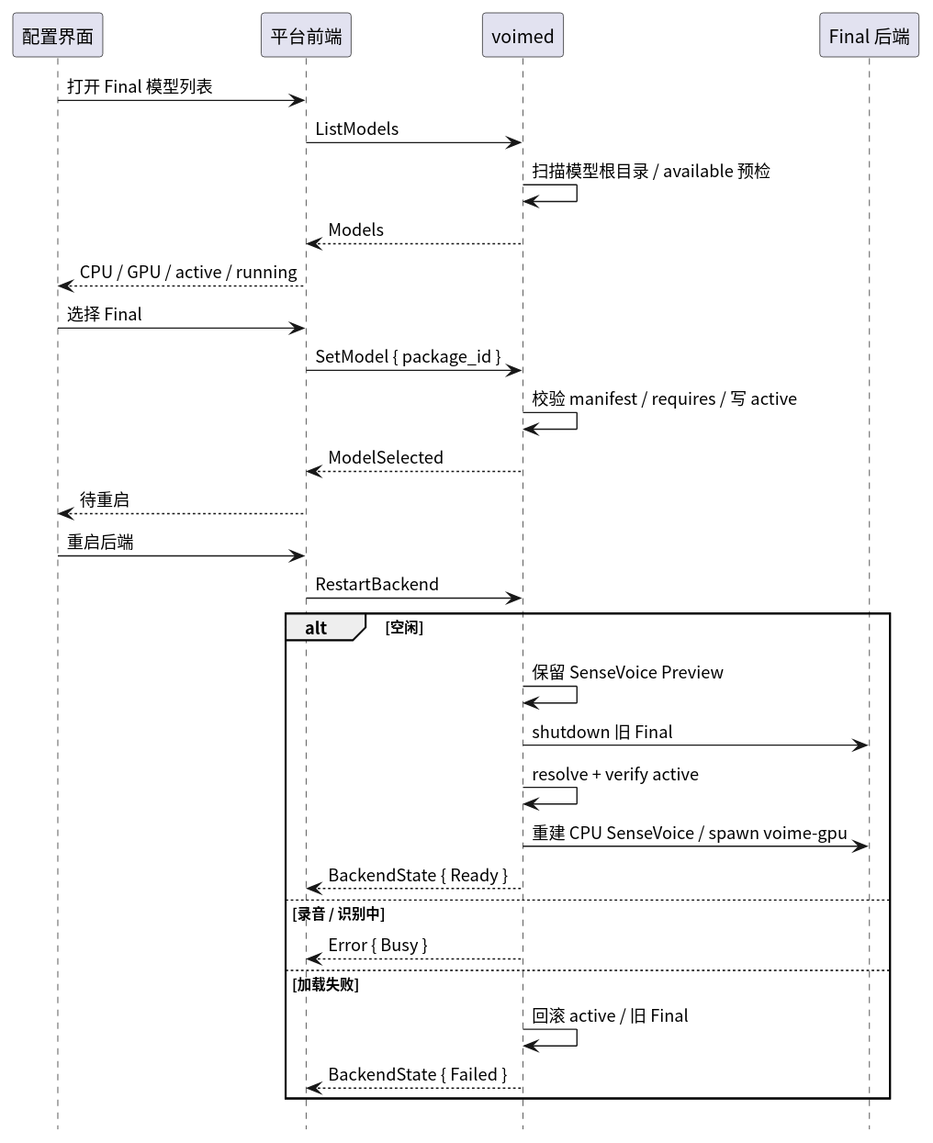
Before: crates/voime-ipc/diagram/model-switch.svg, a diagram exported from PlantUML (54m43lJ/voime). Source of this version:
```plantuml
@startuml
skinparam defaultFontName "Noto Sans CJK SC"
skinparam shadowing false
hide footbox

participant "配置界面" as UI
participant "平台前端" as Frontend
participant "voimed" as Daemon
participant "Final 后端" as Final

UI -> Frontend : 打开 Final 模型列表
Frontend -> Daemon : ListModels
Daemon -> Daemon : 扫描模型根目录 / available 预检
Daemon --> Frontend : Models
Frontend --> UI : CPU / GPU / active / running

UI -> Frontend : 选择 Final
Frontend -> Daemon : SetModel { package_id }
Daemon -> Daemon : 校验 manifest / requires / 写 active
Daemon --> Frontend : ModelSelected
Frontend --> UI : 待重启

UI -> Frontend : 重启后端
Frontend -> Daemon : RestartBackend
alt 空闲
  Daemon -> Daemon : 保留 SenseVoice Preview
  Daemon -> Final : shutdown 旧 Final
  Daemon -> Daemon : resolve + verify active
  Daemon -> Final : 重建 CPU SenseVoice / spawn voime-gpu
  Daemon --> Frontend : BackendState { Ready }
else 录音 / 识别中
  Daemon --> Frontend : Error { Busy }
else 加载失败
  Daemon -> Daemon : 回滚 active / 旧 Final
  Daemon --> Frontend : BackendState { Failed }
end
@enduml
```
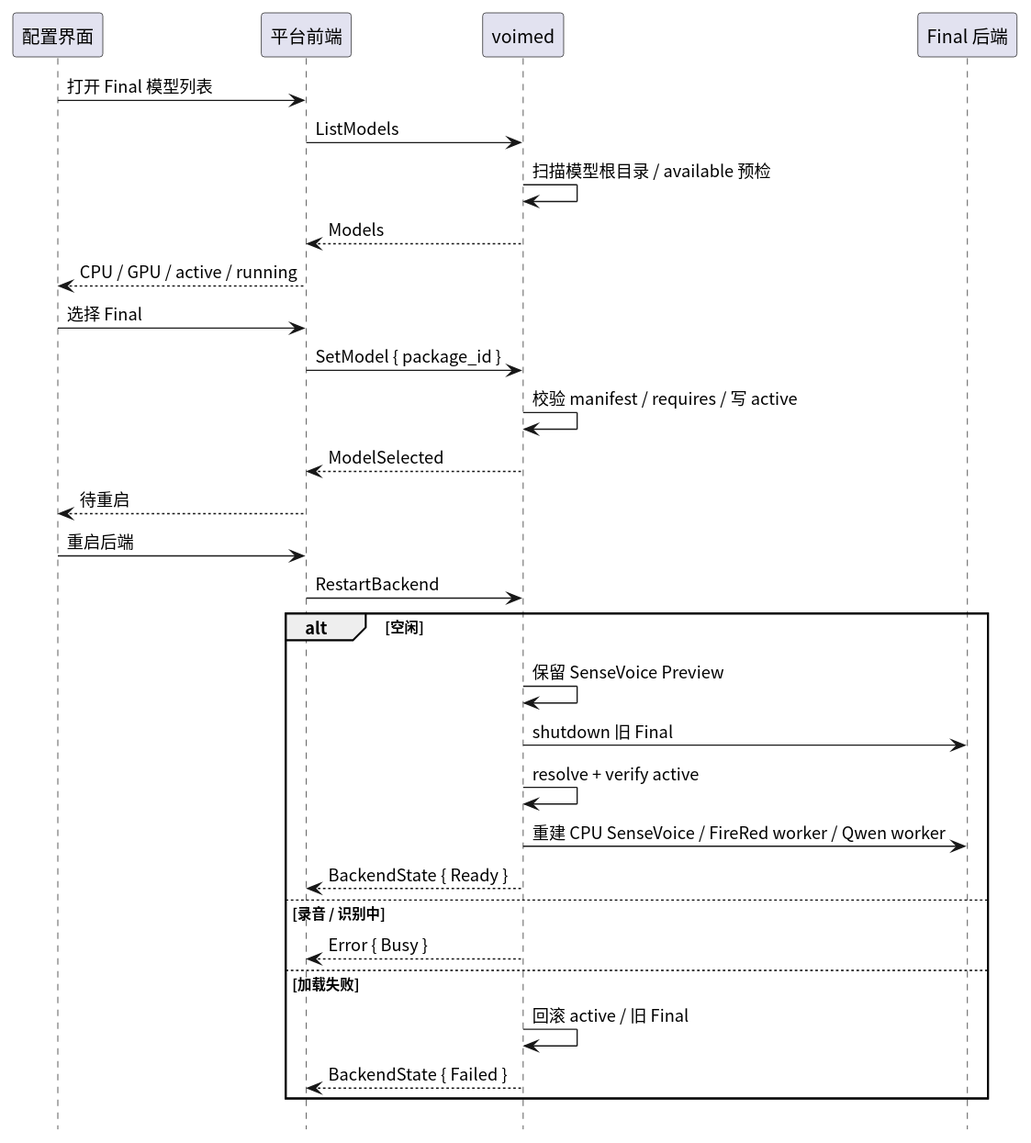
Later version of the same file.

Change to the diagram source:
```diff
@@ -26,7 +26,7 @@
   Daemon -> Daemon : 保留 SenseVoice Preview
   Daemon -> Final : shutdown 旧 Final
   Daemon -> Daemon : resolve + verify active
-  Daemon -> Final : 重建 CPU SenseVoice / spawn voime-gpu
+  Daemon -> Final : 重建 CPU SenseVoice / FireRed worker / Qwen worker
   Daemon --> Frontend : BackendState { Ready }
 else 录音 / 识别中
   Daemon --> Frontend : Error { Busy }
```
